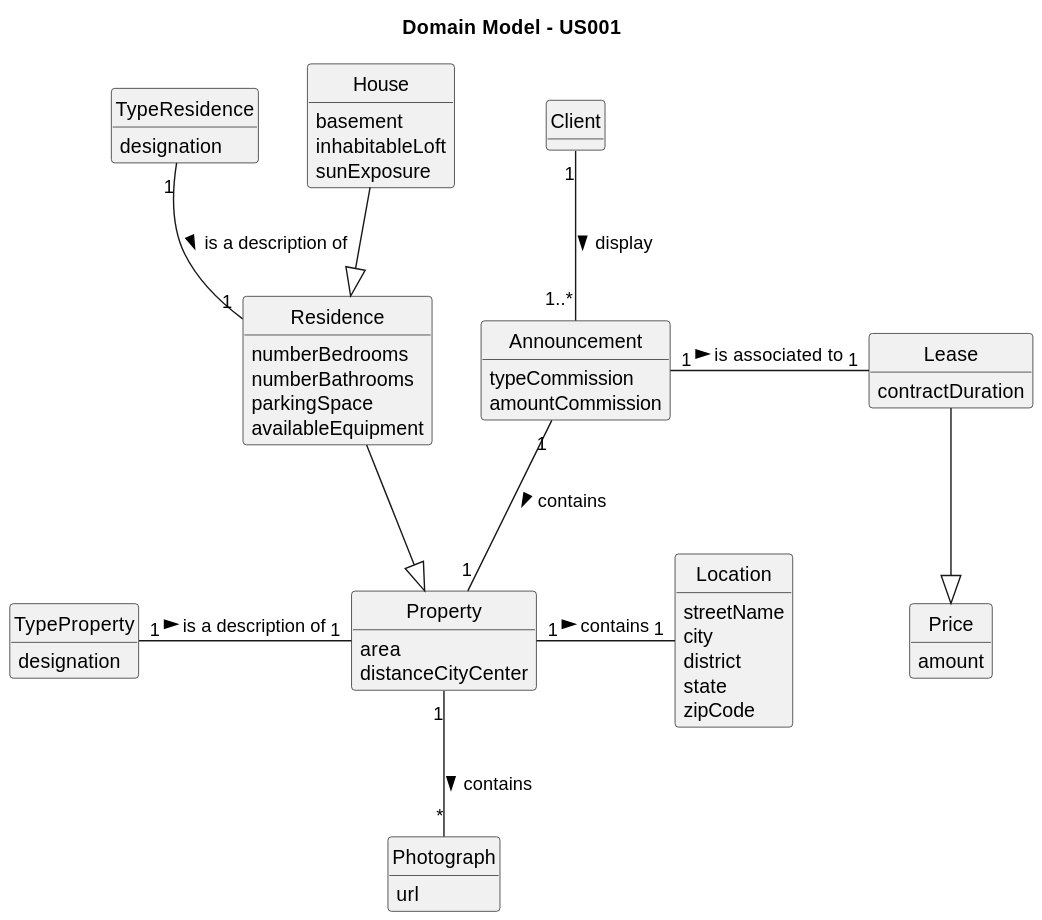
Before: docs/sprintA/us001/02.analysis/svg/us001-domain-model.svg, a diagram exported from PlantUML (rita-barbosa/LAPR2-2223). Source of this version:
```plantuml
@startuml
skinparam monochrome true
skinparam packageStyle rectangle
skinparam shadowing false


skinparam classAttributeIconSize 0

hide circle
hide methods

title Domain Model - US001

class Client{}

class Announcement {
    typeCommission
    amountCommission
}

class Property{
      area
      distanceCityCenter
}

class Price{
amount
}

class Lease{
contractDuration
}

class Location{
streetName
city
district
state
zipCode
}

class TypeProperty{
designation
}

class TypeResidence{
designation
}

class Photograph{
url
}

class House{
 basement
 inhabitableLoft
 sunExposure
}

class Residence{
 numberBedrooms
 numberBathrooms
 parkingSpace
availableEquipment
}


Client "1" -- "1..*" Announcement: display >
Announcement "1" -- "1" Property: contains >
Announcement "1" - "1" Lease: is associated to >
Residence  --|>  Property
House --|> Residence
TypeProperty "1" - "1" Property: is a description of >
TypeResidence "1" -- "1" Residence: is a description of >
Property "1" - "1" Location: contains >
Property "1" -- "*" Photograph: contains >
Price <|-up- Lease
@enduml
```
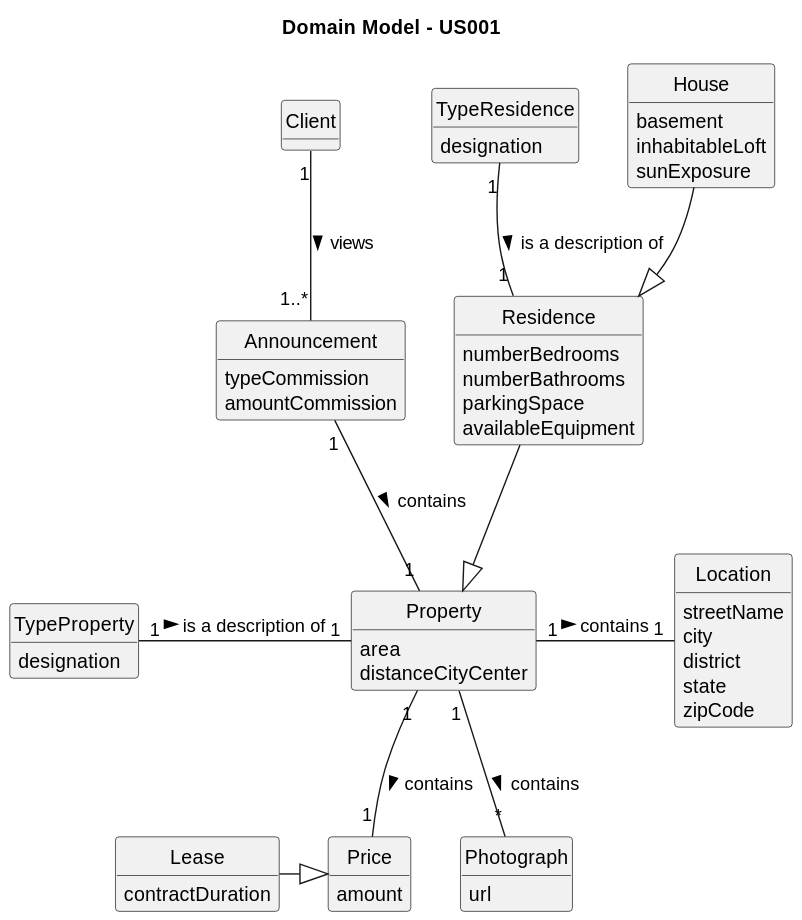
The same file after the commit.

What changed in the source:
```diff
@@ -65,14 +65,14 @@
 }
 
 
-Client "1" -- "1..*" Announcement: display >
+Client "1" -- "1..*" Announcement: views >
 Announcement "1" -- "1" Property: contains >
-Announcement "1" - "1" Lease: is associated to >
 Residence  --|>  Property
 House --|> Residence
 TypeProperty "1" - "1" Property: is a description of >
 TypeResidence "1" -- "1" Residence: is a description of >
 Property "1" - "1" Location: contains >
 Property "1" -- "*" Photograph: contains >
-Price <|-up- Lease
+Price <|-left- Lease
+Property "1" -- "1" Price: contains >
 @enduml
```
